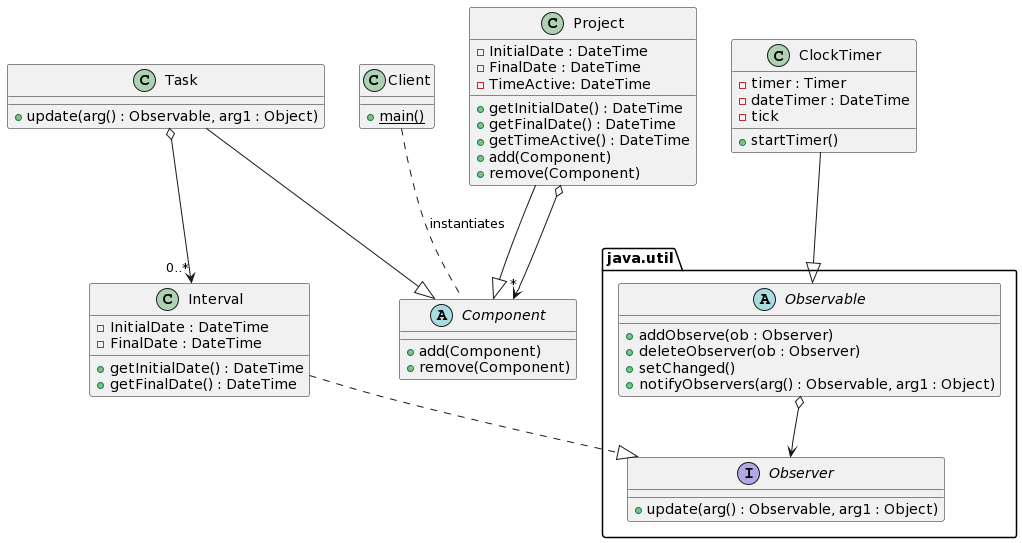
This is Diagrama practica DS PLANTUML.png from carlosereyese/PracticaDS, a PlantUML export, as it was before one commit. The source it was exported from:
```plantuml
@startuml
class           Client
{
     + {static} main()
}

abstract class           Component
{
     + add(Component)
     + remove(Component)
}

class           Task
{
     + update(arg() : Observable, arg1 : Object)
}

class           Project
{
     - InitialDate : DateTime
     - FinalDate : DateTime
     - TimeActive: DateTime
     + getInitialDate() : DateTime
     + getFinalDate() : DateTime
     + getTimeActive() : DateTime
     + add(Component)
     + remove(Component)
}

class           Interval
{
     - InitialDate : DateTime
     - FinalDate : DateTime
     + getInitialDate() : DateTime
     + getFinalDate() : DateTime
}


package java.util <<Folder>>
{
       interface           Observer
       {
            + update(arg() : Observable, arg1 : Object)
       }

       abstract class           Observable
       {
            + addObserve(ob : Observer)
            + deleteObserver(ob : Observer)
            + setChanged()
            + notifyObservers(arg() : Observable, arg1 : Object)
       }
}

class           ClockTimer
{
     - timer : Timer
     - dateTimer : DateTime
     + startTimer()
     -tick
}

Client .. Component : instantiates
Task --|> Component
Project --|> Component
Project o-->"*" Component
Task o-->"0..*" Interval
Interval ..|> Observer
Observable o--> Observer
ClockTimer --|> Observable
@enduml
```
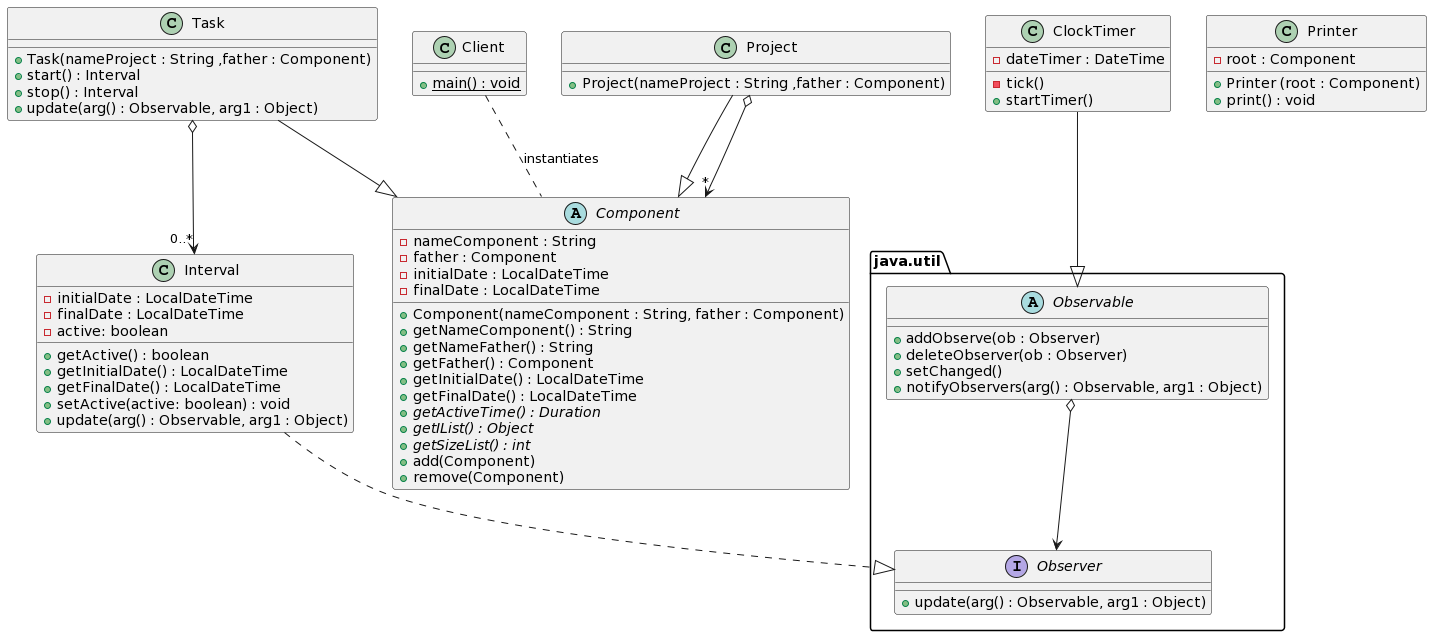
After the change.

Commit message:
Version 1: El programa cronometra les tasques i les imprimeix per pantalla + Diagrama UML V2

Change to the diagram source:
```diff
@@ -1,38 +1,51 @@
 @startuml
 class           Client
 {
-     + {static} main()
+     + {static} main() : void
 }
 
 abstract class           Component
 {
+     - nameComponent : String
+     - father : Component
+     - initialDate : LocalDateTime
+     - finalDate : LocalDateTime
+     + Component(nameComponent : String, father : Component)
+     + getNameComponent() : String
+     + getNameFather() : String
+     + getFather() : Component
+     + getInitialDate() : LocalDateTime
+     + getFinalDate() : LocalDateTime
+     + {abstract} getActiveTime() : Duration
+     + {abstract} getIList() : Object
+     + {abstract} getSizeList() : int
      + add(Component)
      + remove(Component)
 }
 
 class           Task
 {
+     + Task(nameProject : String ,father : Component)
+     + start() : Interval
+     + stop() : Interval
      + update(arg() : Observable, arg1 : Object)
 }
 
 class           Project
 {
-     - InitialDate : DateTime
-     - FinalDate : DateTime
-     - TimeActive: DateTime
-     + getInitialDate() : DateTime
-     + getFinalDate() : DateTime
-     + getTimeActive() : DateTime
-     + add(Component)
-     + remove(Component)
+     + Project(nameProject : String ,father : Component)
 }
 
 class           Interval
 {
-     - InitialDate : DateTime
-     - FinalDate : DateTime
-     + getInitialDate() : DateTime
-     + getFinalDate() : DateTime
+     - initialDate : LocalDateTime
+     - finalDate : LocalDateTime
+     - active: boolean
+     + getActive() : boolean
+     + getInitialDate() : LocalDateTime
+     + getFinalDate() : LocalDateTime
+     + setActive(active: boolean) : void
+     + update(arg() : Observable, arg1 : Object)
 }
 
 
@@ -54,10 +67,16 @@
 
 class           ClockTimer
 {
-     - timer : Timer
      - dateTimer : DateTime
+     -tick()
      + startTimer()
-     -tick
+}
+
+class           Printer
+{
+     - root : Component
+     + Printer (root : Component)
+     + print() : void
 }
 
 Client .. Component : instantiates
```
